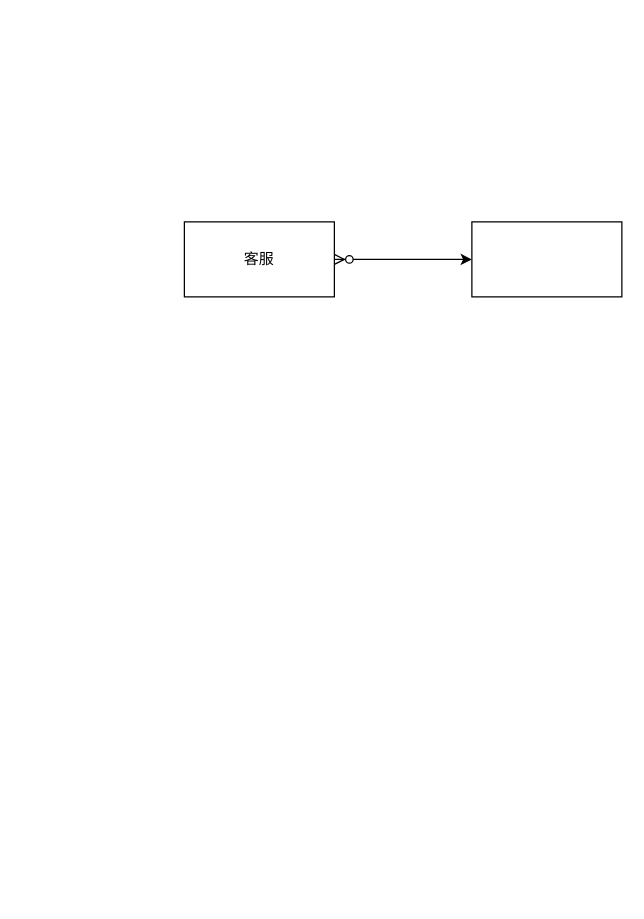
Above: 牙管家/逻辑数据模型.drawio in cherishsince/diagrams.net (draw.io), before the change. Source tidied: cells renumbered, new cells numbered last; positions are measured from the earlier drawing's top-left corner, leaving out a move shared by most shapes. Both pictures are drawn from the tidied source at 125%, with x=0, y=0 at pixel (184, 221).
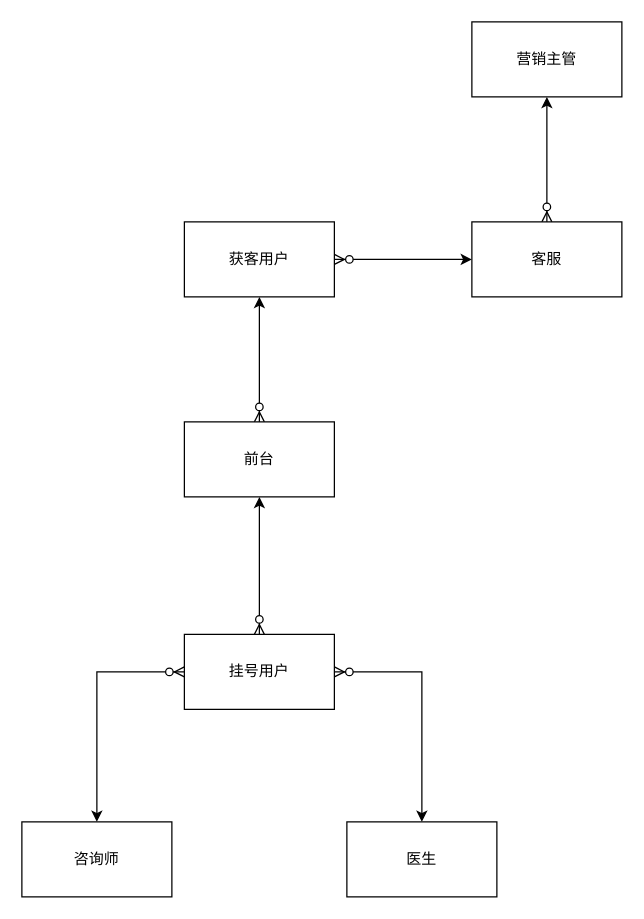
The same page after the edit.

Commit message (it also covers changes not shown here):
更新逻辑数据模型.drawio

Change to the diagram source:
```diff
@@
 <mxGraphModel>
   <root>
     <mxCell id="0" />
     <mxCell id="1" parent="0" />
     <mxCell id="2" style="edgeStyle=orthogonalEdgeStyle;rounded=0;jettySize=auto;html=1;startArrow=ERzeroToMany;startFill=1;" parent="1" edge="1" source="3" target="4">
       <mxGeometry relative="1" as="geometry" />
     </mxCell>
-    <mxCell id="3" value="客服" style="rounded=0;whiteSpace=wrap;html=1;" parent="1" vertex="1">
+    <mxCell id="3" value="获客用户" style="rounded=0;whiteSpace=wrap;html=1;" parent="1" vertex="1">
       <mxGeometry width="120" height="60" as="geometry" />
     </mxCell>
+    <mxCell id="5" style="edgeStyle=orthogonalEdgeStyle;rounded=0;jettySize=auto;html=1;startArrow=ERzeroToMany;startFill=1;" parent="1" edge="1" source="4" target="6">
+      <mxGeometry relative="1" as="geometry" />
+    </mxCell>
-    <mxCell id="4" style="rounded=0;whiteSpace=wrap;html=1;" parent="1" vertex="1">
+    <mxCell id="4" value="&lt;span&gt;客服&lt;/span&gt;" style="rounded=0;whiteSpace=wrap;html=1;" parent="1" vertex="1">
       <mxGeometry x="230" width="120" height="60" as="geometry" />
     </mxCell>
+    <mxCell id="6" value="营销主管" style="rounded=0;whiteSpace=wrap;html=1;" parent="1" vertex="1">
+      <mxGeometry x="230" y="-160" width="120" height="60" as="geometry" />
+    </mxCell>
+    <mxCell id="7" style="edgeStyle=orthogonalEdgeStyle;rounded=0;jettySize=auto;html=1;startArrow=ERzeroToMany;startFill=1;" parent="1" edge="1" source="8" target="3">
+      <mxGeometry relative="1" as="geometry" />
+    </mxCell>
+    <mxCell id="8" value="前台" style="rounded=0;whiteSpace=wrap;html=1;" parent="1" vertex="1">
+      <mxGeometry y="160" width="120" height="60" as="geometry" />
+    </mxCell>
+    <mxCell id="9" value="咨询师" style="rounded=0;whiteSpace=wrap;html=1;" parent="1" vertex="1">
+      <mxGeometry x="-130" y="480" width="120" height="60" as="geometry" />
+    </mxCell>
+    <mxCell id="10" value="医生" style="rounded=0;whiteSpace=wrap;html=1;" parent="1" vertex="1">
+      <mxGeometry x="130" y="480" width="120" height="60" as="geometry" />
+    </mxCell>
+    <mxCell id="11" style="edgeStyle=orthogonalEdgeStyle;rounded=0;jettySize=auto;html=1;entryX=0.5;entryY=1;entryDx=0;entryDy=0;startArrow=ERzeroToMany;startFill=1;endArrow=classic;endFill=1;" parent="1" edge="1" source="14" target="8">
+      <mxGeometry relative="1" as="geometry" />
+    </mxCell>
+    <mxCell id="12" style="edgeStyle=orthogonalEdgeStyle;rounded=0;jettySize=auto;html=1;startArrow=ERzeroToMany;startFill=1;endArrow=classic;endFill=1;" parent="1" edge="1" source="14" target="9">
+      <mxGeometry relative="1" as="geometry" />
+    </mxCell>
+    <mxCell id="13" style="edgeStyle=orthogonalEdgeStyle;rounded=0;jettySize=auto;html=1;startArrow=ERzeroToMany;startFill=1;endArrow=classic;endFill=1;" parent="1" edge="1" source="14" target="10">
+      <mxGeometry relative="1" as="geometry" />
+    </mxCell>
+    <mxCell id="14" value="挂号用户" style="rounded=0;whiteSpace=wrap;html=1;" parent="1" vertex="1">
+      <mxGeometry y="330" width="120" height="60" as="geometry" />
+    </mxCell>
   </root>
 </mxGraphModel>
```
